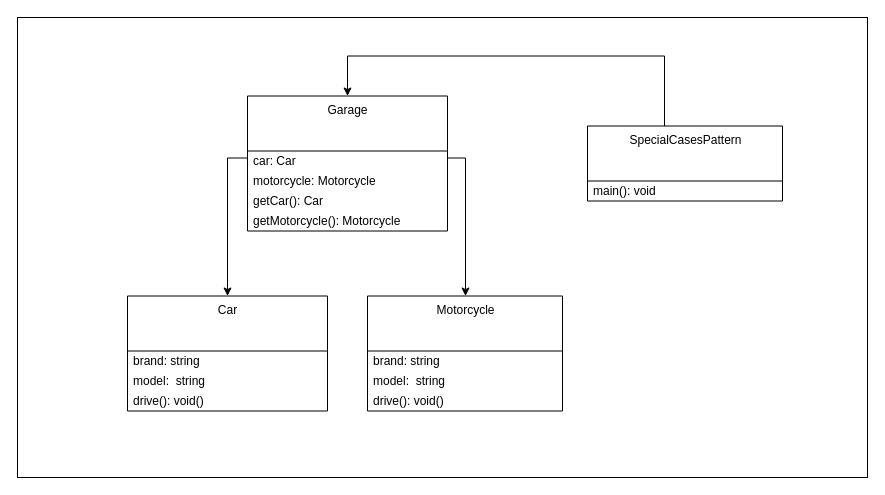
Before: page "NullObjectPattern-1.1" (4 of 4) of images/clean-code-error-handling/Error-handling.drawio in GabrielSlima/blog, a draw.io diagram. Source tidied: cells renumbered, new cells numbered last; positions are measured from the earlier drawing's top-left corner, leaving out a move shared by most shapes. Both pictures are drawn from the tidied source at 100%, with x=0, y=0 at pixel (17, 17).
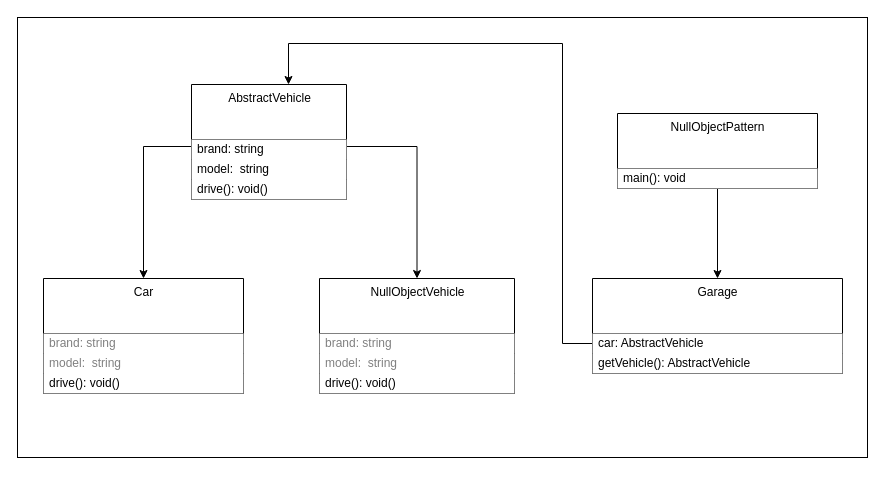
After the change.

Diff of the diagram source:
```diff
@@
-    <mxCell id="0" />
-    <mxCell id="1" parent="0" />
-    <mxCell id="2" style="rounded=0;whiteSpace=wrap;html=1;fillColor=none;" parent="1" vertex="1">
-      <mxGeometry width="850" height="460" as="geometry" />
-    </mxCell>
-    <mxCell id="3" style="edgeStyle=orthogonalEdgeStyle;rounded=0;jettySize=auto;html=1;" parent="1" edge="1" source="5" target="10">
-      <mxGeometry relative="1" as="geometry">
-        <Array as="points">
-          <mxPoint x="448" y="140.5" />
-        </Array>
-      </mxGeometry>
-    </mxCell>
-    <mxCell id="4" style="edgeStyle=orthogonalEdgeStyle;rounded=0;jettySize=auto;html=1;" parent="1" edge="1" source="5" target="14">
-      <mxGeometry relative="1" as="geometry">
-        <Array as="points">
-          <mxPoint x="210" y="140.5" />
-        </Array>
-      </mxGeometry>
-    </mxCell>
+    <mxCell id="21" />
+    <mxCell id="22" parent="21" />
+    <mxCell id="23" style="rounded=0;whiteSpace=wrap;html=1;fillColor=none;" parent="22" vertex="1">
+      <mxGeometry width="850" height="440" as="geometry" />
+    </mxCell>
+    <mxCell id="24" style="edgeStyle=orthogonalEdgeStyle;rounded=0;jettySize=auto;html=1;fontColor=#808080;exitX=0;exitY=0.5;exitDx=0;exitDy=0;" parent="22" edge="1" source="25" target="38">
+      <mxGeometry relative="1" as="geometry">
+        <Array as="points">
+          <mxPoint x="545" y="326" />
+          <mxPoint x="545" y="26" />
+          <mxPoint x="271" y="26" />
+        </Array>
+      </mxGeometry>
+    </mxCell>
-    <mxCell id="5" value="Garage" style="swimlane;fontStyle=0;align=center;verticalAlign=top;horizontal=1;startSize=55;html=1;" parent="1" vertex="1">
-      <mxGeometry x="230" y="78.5" width="200" height="135" as="geometry" />
+    <mxCell id="5" value="Garage" style="swimlane;fontStyle=0;align=center;verticalAlign=top;horizontal=1;startSize=55;html=1;" parent="22" vertex="1">
+      <mxGeometry x="575" y="261" width="250" height="95" as="geometry" />
     </mxCell>
-    <mxCell id="6" value="&lt;div&gt;car: Car&lt;/div&gt;" style="text;html=1;strokeColor=none;fillColor=none;align=left;verticalAlign=middle;spacingLeft=4;spacingRight=4;overflow=hidden;" parent="5" vertex="1">
-      <mxGeometry y="55" width="200" height="20" as="geometry" />
-    </mxCell>
-    <mxCell id="7" value="&lt;div&gt;motorcycle: Motorcycle&lt;/div&gt;" style="text;html=1;strokeColor=none;fillColor=none;align=left;verticalAlign=middle;spacingLeft=4;spacingRight=4;overflow=hidden;" parent="5" vertex="1">
-      <mxGeometry y="75" width="200" height="20" as="geometry" />
-    </mxCell>
-    <mxCell id="8" value="&lt;div&gt;getCar(): Car&lt;/div&gt;" style="text;html=1;strokeColor=none;fillColor=none;align=left;verticalAlign=middle;spacingLeft=4;spacingRight=4;overflow=hidden;" parent="5" vertex="1">
-      <mxGeometry y="95" width="200" height="20" as="geometry" />
-    </mxCell>
-    <mxCell id="9" value="&lt;div&gt;getMotorcycle(): Motorcycle&lt;/div&gt;" style="text;html=1;strokeColor=none;fillColor=none;align=left;verticalAlign=middle;spacingLeft=4;spacingRight=4;overflow=hidden;" parent="5" vertex="1">
-      <mxGeometry y="115" width="200" height="20" as="geometry" />
-    </mxCell>
-    <mxCell id="10" value="Motorcycle" style="swimlane;fontStyle=0;align=center;verticalAlign=top;horizontal=1;startSize=55;html=1;" parent="1" vertex="1">
-      <mxGeometry x="350" y="278.5" width="195" height="115" as="geometry" />
-    </mxCell>
-    <mxCell id="11" value="brand: string" style="text;html=1;strokeColor=none;fillColor=none;align=left;verticalAlign=middle;spacingLeft=4;spacingRight=4;overflow=hidden;" parent="10" vertex="1">
-      <mxGeometry y="55" width="195" height="20" as="geometry" />
-    </mxCell>
-    <mxCell id="12" value="&lt;div&gt;model:&amp;nbsp; string&lt;/div&gt;" style="text;html=1;strokeColor=none;fillColor=none;align=left;verticalAlign=middle;spacingLeft=4;spacingRight=4;overflow=hidden;" parent="10" vertex="1">
-      <mxGeometry y="75" width="195" height="20" as="geometry" />
-    </mxCell>
-    <mxCell id="13" value="&lt;div&gt;drive(): void()&lt;/div&gt;" style="text;html=1;strokeColor=none;fillColor=none;align=left;verticalAlign=middle;spacingLeft=4;spacingRight=4;overflow=hidden;" parent="10" vertex="1">
-      <mxGeometry y="95" width="195" height="20" as="geometry" />
-    </mxCell>
+    <mxCell id="25" value="&lt;div&gt;car: AbstractVehicle&lt;br&gt;&lt;/div&gt;" style="text;html=1;strokeColor=none;align=left;verticalAlign=middle;spacingLeft=4;spacingRight=4;overflow=hidden;points=[[0,0.5],[1,0.5]];portConstraint=eastwest;fillColor=#ffffff;" parent="5" vertex="1">
+      <mxGeometry y="55" width="250" height="20" as="geometry" />
+    </mxCell>
+    <mxCell id="26" value="&lt;div&gt;getVehicle(): AbstractVehicle&lt;/div&gt;" style="text;html=1;strokeColor=none;align=left;verticalAlign=middle;spacingLeft=4;spacingRight=4;overflow=hidden;fillColor=#ffffff;" parent="5" vertex="1">
+      <mxGeometry y="75" width="250" height="20" as="geometry" />
+    </mxCell>
+    <mxCell id="27" value="NullObjectVehicle" style="swimlane;fontStyle=0;align=center;verticalAlign=top;horizontal=1;startSize=55;html=1;" parent="22" vertex="1">
+      <mxGeometry x="302" y="261" width="195" height="115" as="geometry" />
+    </mxCell>
+    <mxCell id="28" value="brand: string" style="text;html=1;strokeColor=none;align=left;verticalAlign=middle;spacingLeft=4;spacingRight=4;overflow=hidden;fontColor=#808080;fillColor=#ffffff;" parent="27" vertex="1">
+      <mxGeometry y="55" width="195" height="20" as="geometry" />
+    </mxCell>
+    <mxCell id="29" value="&lt;div&gt;model:&amp;nbsp; string&lt;/div&gt;" style="text;html=1;strokeColor=none;align=left;verticalAlign=middle;spacingLeft=4;spacingRight=4;overflow=hidden;fontColor=#808080;fillColor=#ffffff;" parent="27" vertex="1">
+      <mxGeometry y="75" width="195" height="20" as="geometry" />
+    </mxCell>
+    <mxCell id="30" value="&lt;div&gt;drive(): void()&lt;/div&gt;" style="text;html=1;strokeColor=none;align=left;verticalAlign=middle;spacingLeft=4;spacingRight=4;overflow=hidden;fillColor=#ffffff;" parent="27" vertex="1">
+      <mxGeometry y="95" width="195" height="20" as="geometry" />
+    </mxCell>
-    <mxCell id="14" value="Car" style="swimlane;fontStyle=0;align=center;verticalAlign=top;horizontal=1;startSize=55;html=1;" parent="1" vertex="1">
-      <mxGeometry x="110" y="278.5" width="200" height="115" as="geometry" />
+    <mxCell id="14" value="Car" style="swimlane;fontStyle=0;align=center;verticalAlign=top;horizontal=1;startSize=55;html=1;" parent="22" vertex="1">
+      <mxGeometry x="26" y="261" width="200" height="115" as="geometry" />
     </mxCell>
-    <mxCell id="15" value="brand: string" style="text;html=1;strokeColor=none;fillColor=none;align=left;verticalAlign=middle;spacingLeft=4;spacingRight=4;overflow=hidden;" parent="14" vertex="1">
-      <mxGeometry y="55" width="200" height="20" as="geometry" />
-    </mxCell>
-    <mxCell id="16" value="&lt;div&gt;model:&amp;nbsp; string&lt;/div&gt;" style="text;html=1;strokeColor=none;fillColor=none;align=left;verticalAlign=middle;spacingLeft=4;spacingRight=4;overflow=hidden;" parent="14" vertex="1">
-      <mxGeometry y="75" width="200" height="20" as="geometry" />
-    </mxCell>
-    <mxCell id="17" value="&lt;div&gt;drive(): void()&lt;/div&gt;" style="text;html=1;strokeColor=none;fillColor=none;align=left;verticalAlign=middle;spacingLeft=4;spacingRight=4;overflow=hidden;" parent="14" vertex="1">
-      <mxGeometry y="95" width="200" height="20" as="geometry" />
-    </mxCell>
-    <mxCell id="18" style="edgeStyle=orthogonalEdgeStyle;rounded=0;jettySize=auto;html=1;entryX=0.5;entryY=0;entryDx=0;entryDy=0;" parent="1" edge="1" source="19" target="5">
-      <mxGeometry relative="1" as="geometry">
-        <Array as="points">
-          <mxPoint x="647" y="38.5" />
-          <mxPoint x="330" y="38.5" />
-        </Array>
-      </mxGeometry>
-    </mxCell>
-    <mxCell id="19" value="SpecialCasesPattern" style="swimlane;fontStyle=0;align=center;verticalAlign=top;horizontal=1;startSize=55;html=1;" parent="1" vertex="1">
-      <mxGeometry x="570" y="108.5" width="195" height="75" as="geometry" />
-    </mxCell>
+    <mxCell id="31" value="brand: string" style="text;html=1;strokeColor=none;align=left;verticalAlign=middle;spacingLeft=4;spacingRight=4;overflow=hidden;fontColor=#808080;fillColor=#ffffff;" parent="14" vertex="1">
+      <mxGeometry y="55" width="200" height="20" as="geometry" />
+    </mxCell>
+    <mxCell id="32" value="&lt;div&gt;model:&amp;nbsp; string&lt;/div&gt;" style="text;html=1;strokeColor=none;align=left;verticalAlign=middle;spacingLeft=4;spacingRight=4;overflow=hidden;fontColor=#808080;fillColor=#ffffff;" parent="14" vertex="1">
+      <mxGeometry y="75" width="200" height="20" as="geometry" />
+    </mxCell>
+    <mxCell id="33" value="&lt;div&gt;drive(): void()&lt;/div&gt;" style="text;html=1;align=left;verticalAlign=middle;spacingLeft=4;spacingRight=4;overflow=hidden;fillColor=#ffffff;shadow=0;sketch=0;" parent="14" vertex="1">
+      <mxGeometry y="95" width="200" height="20" as="geometry" />
+    </mxCell>
+    <mxCell id="34" style="edgeStyle=orthogonalEdgeStyle;rounded=0;jettySize=auto;html=1;fontColor=#808080;" parent="22" edge="1" source="35" target="5">
+      <mxGeometry relative="1" as="geometry" />
+    </mxCell>
+    <mxCell id="35" value="NullObjectPattern" style="swimlane;fontStyle=0;align=center;verticalAlign=top;horizontal=1;startSize=55;html=1;" parent="22" vertex="1">
+      <mxGeometry x="600" y="96" width="200" height="75" as="geometry" />
+    </mxCell>
-    <mxCell id="20" value="&lt;div&gt;main(): void&lt;/div&gt;" style="text;html=1;strokeColor=none;fillColor=none;align=left;verticalAlign=middle;spacingLeft=4;spacingRight=4;overflow=hidden;" parent="19" vertex="1">
-      <mxGeometry y="55" width="195" height="20" as="geometry" />
+    <mxCell id="20" value="&lt;div&gt;main(): void&lt;/div&gt;" style="text;html=1;strokeColor=none;align=left;verticalAlign=middle;spacingLeft=4;spacingRight=4;overflow=hidden;fillColor=#ffffff;" parent="35" vertex="1">
+      <mxGeometry y="55" width="200" height="20" as="geometry" />
     </mxCell>
+    <mxCell id="36" style="edgeStyle=orthogonalEdgeStyle;rounded=0;jettySize=auto;html=1;" parent="22" edge="1" source="38" target="14">
+      <mxGeometry relative="1" as="geometry">
+        <Array as="points">
+          <mxPoint x="126" y="129" />
+        </Array>
+      </mxGeometry>
+    </mxCell>
+    <mxCell id="37" style="edgeStyle=orthogonalEdgeStyle;rounded=0;jettySize=auto;html=1;entryX=0.5;entryY=0;entryDx=0;entryDy=0;fontColor=#808080;" parent="22" edge="1" source="38" target="27">
+      <mxGeometry relative="1" as="geometry">
+        <Array as="points">
+          <mxPoint x="400" y="129" />
+        </Array>
+      </mxGeometry>
+    </mxCell>
+    <mxCell id="38" value="AbstractVehicle" style="swimlane;fontStyle=0;align=center;verticalAlign=top;horizontal=1;startSize=55;html=1;swimlaneLine=1;" parent="22" vertex="1">
+      <mxGeometry x="174" y="67" width="155" height="115" as="geometry" />
+    </mxCell>
+    <mxCell id="39" value="brand: string" style="text;html=1;align=left;verticalAlign=middle;spacingLeft=4;spacingRight=4;overflow=hidden;fillColor=#ffffff;" parent="38" vertex="1">
+      <mxGeometry y="55" width="155" height="20" as="geometry" />
+    </mxCell>
+    <mxCell id="40" value="&lt;div&gt;model:&amp;nbsp; string&lt;/div&gt;" style="text;html=1;strokeColor=none;align=left;verticalAlign=middle;spacingLeft=4;spacingRight=4;overflow=hidden;fillColor=#ffffff;" parent="38" vertex="1">
+      <mxGeometry y="75" width="155" height="20" as="geometry" />
+    </mxCell>
+    <mxCell id="41" value="&lt;div&gt;drive(): void()&lt;/div&gt;" style="text;html=1;strokeColor=none;align=left;verticalAlign=middle;spacingLeft=4;spacingRight=4;overflow=hidden;fillColor=#ffffff;" parent="38" vertex="1">
+      <mxGeometry y="95" width="155" height="20" as="geometry" />
+    </mxCell>
```
